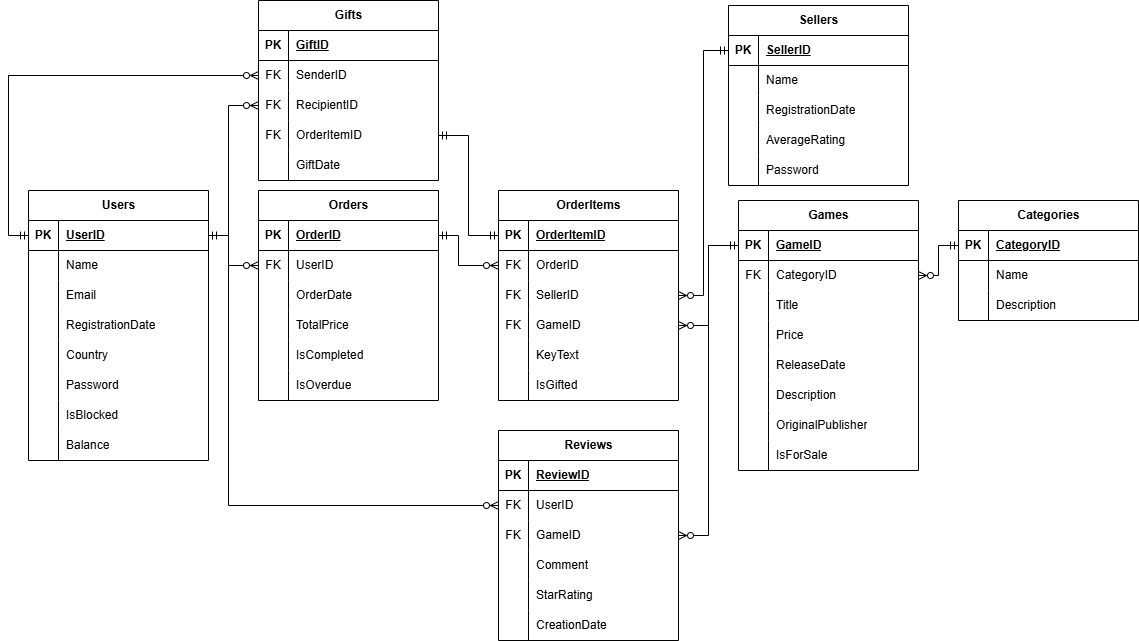
This is images/DB.png from AivanSpooky/Gamesbakery, a draw.io export, as it was before one commit. Source tidied: cells renumbered, new cells last; positions are measured from the earlier drawing's top-left corner, leaving out a move shared by most shapes.
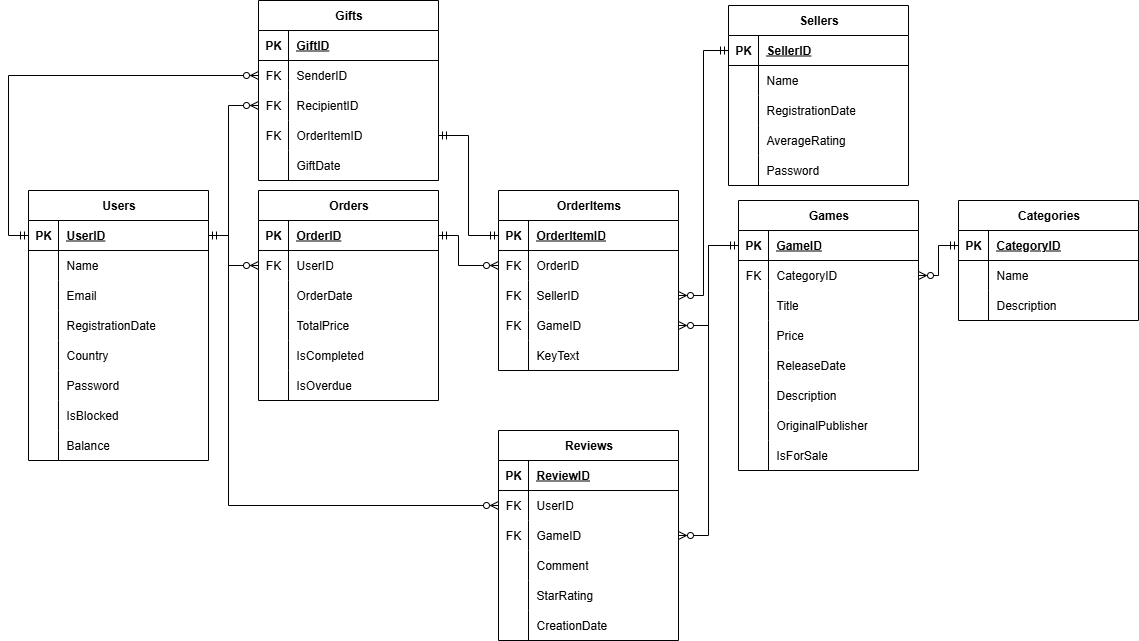
After the change.

Diff of the diagram source:
```diff
@@ -240,7 +240,7 @@
       <mxGeometry relative="1" as="geometry" />
     </mxCell>
     <mxCell id="81" value="OrderItems" style="shape=table;startSize=30;rowLines=0;fontStyle=1;align=center;html=1;" parent="1" vertex="1">
-      <mxGeometry x="470" y="190" width="180" height="210" as="geometry" />
+      <mxGeometry x="470" y="190" width="180" height="180" as="geometry" />
     </mxCell>
     <mxCell id="82" style="shape=tableRow;horizontal=0;startSize=0;swimlaneHead=0;swimlaneBody=0;fillColor=none;points=[[0,0.5],[1,0.5]];portConstraint=eastwest;top=0;left=0;right=0;bottom=1;" parent="81" vertex="1">
       <mxGeometry y="30" width="180" height="30" as="geometry" />
@@ -287,15 +287,6 @@
     <mxCell id="96" value="KeyText" style="shape=partialRectangle;fillColor=none;top=0;left=0;bottom=0;right=0;align=left;spacingLeft=6;overflow=hidden;whiteSpace=wrap;html=1;" parent="94" vertex="1">
       <mxGeometry x="30" width="150" height="30" as="geometry" />
     </mxCell>
-    <mxCell id="97" style="shape=tableRow;horizontal=0;startSize=0;swimlaneHead=0;swimlaneBody=0;fillColor=none;top=0;left=0;right=0;bottom=0;" parent="81" vertex="1">
-      <mxGeometry y="180" width="180" height="30" as="geometry" />
-    </mxCell>
-    <mxCell id="98" style="shape=partialRectangle;fillColor=none;top=0;left=0;bottom=0;right=0;overflow=hidden;whiteSpace=wrap;html=1;" parent="97" vertex="1">
-      <mxGeometry width="30" height="30" as="geometry" />
-    </mxCell>
-    <mxCell id="99" value="IsGifted" style="shape=partialRectangle;fillColor=none;top=0;left=0;bottom=0;right=0;align=left;spacingLeft=6;overflow=hidden;whiteSpace=wrap;html=1;" parent="97" vertex="1">
-      <mxGeometry x="30" width="150" height="30" as="geometry" />
-    </mxCell>
     <mxCell id="100" style="edgeStyle=orthogonalEdgeStyle;rounded=0;jettySize=auto;html=1;exitX=0;exitY=0.5;exitDx=0;exitDy=0;entryX=1;entryY=0.5;entryDx=0;entryDy=0;endArrow=ERzeroToMany;endFill=0;startArrow=ERmandOne;startFill=0;" parent="1" edge="1" source="56" target="91">
       <mxGeometry relative="1" as="geometry" />
     </mxCell>
```
